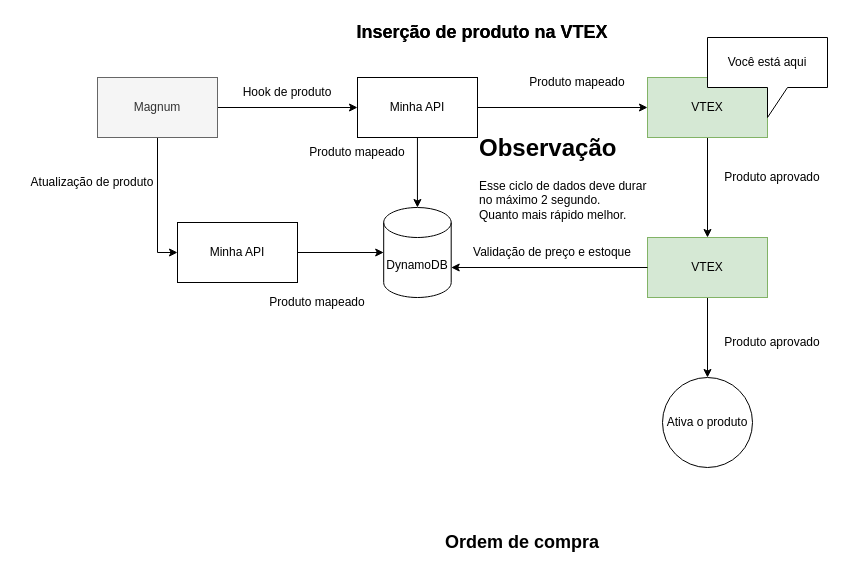
This is fluxo-tech-magnum.drawio from GustavoOliveira11/flowcharts, a draw.io file, before an edit. Source tidied: cells renumbered, new cells numbered last; positions are measured from the earlier drawing's top-left corner, leaving out a move shared by most shapes. Both pictures are drawn from the tidied source at 100%, with x=0, y=0 at pixel (17, 17).
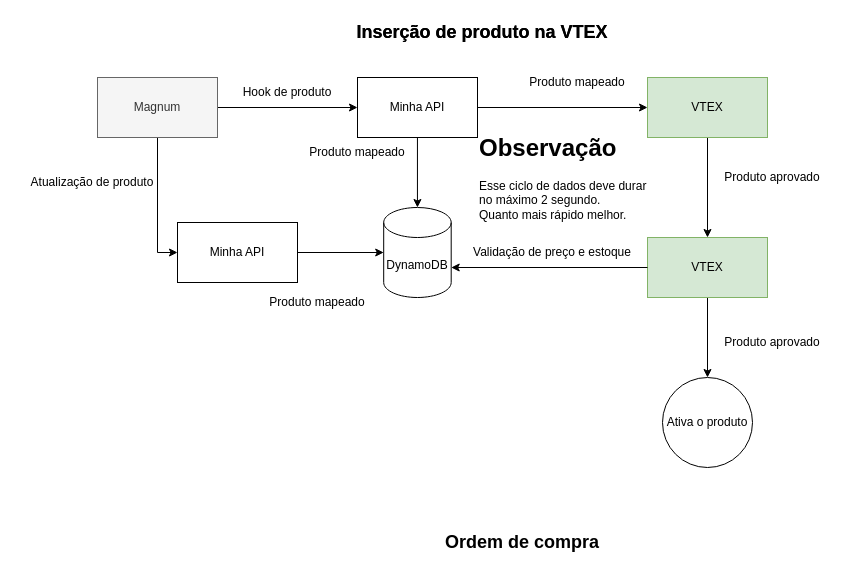
The same diagram, later.

What changed in the source:
```diff
@@
-    <mxCell id="24" value="Você está aqui" style="shape=callout;whiteSpace=wrap;html=1;perimeter=calloutPerimeter;" parent="1" vertex="1">
-      <mxGeometry x="690" y="20" width="120" height="80" as="geometry" />
-    </mxCell>
```
